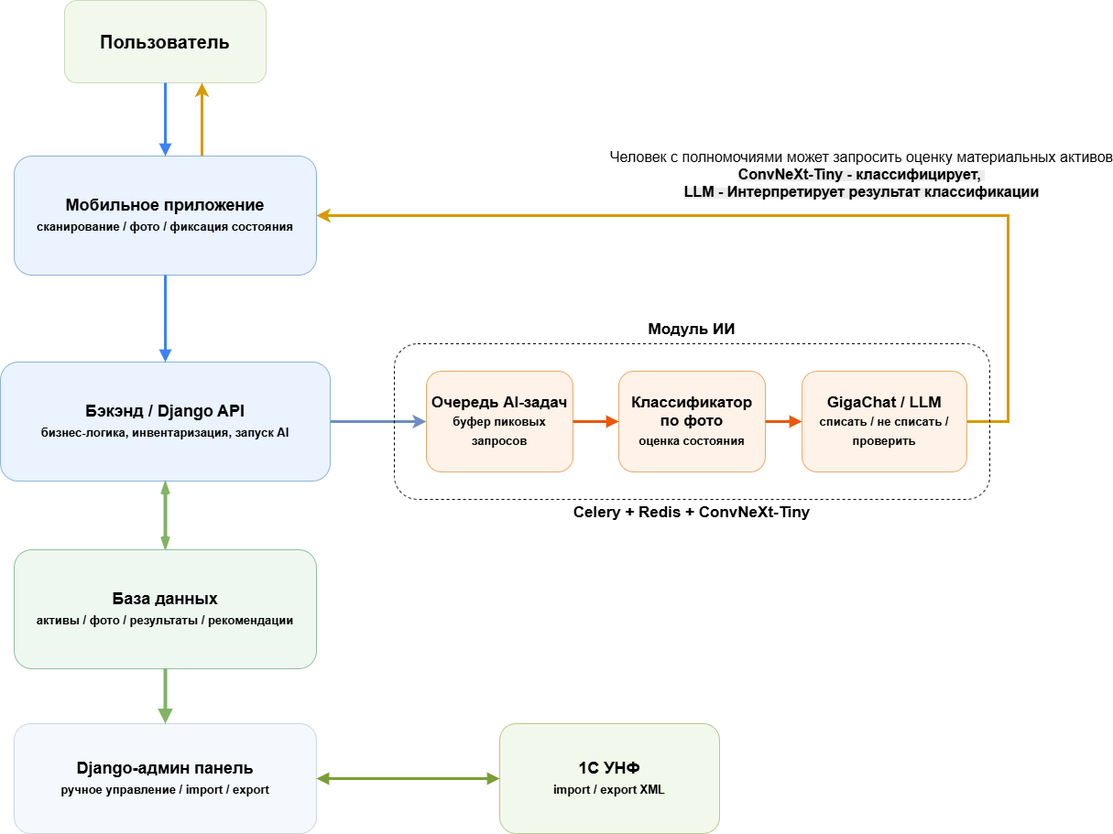
Above: docs/Архитектура.drawio.png in gimmesec/Smartinv (draw.io), before the change. Source tidied: cells renumbered, new cells last; positions are measured from the earlier drawing's top-left corner, leaving out a move shared by most shapes.
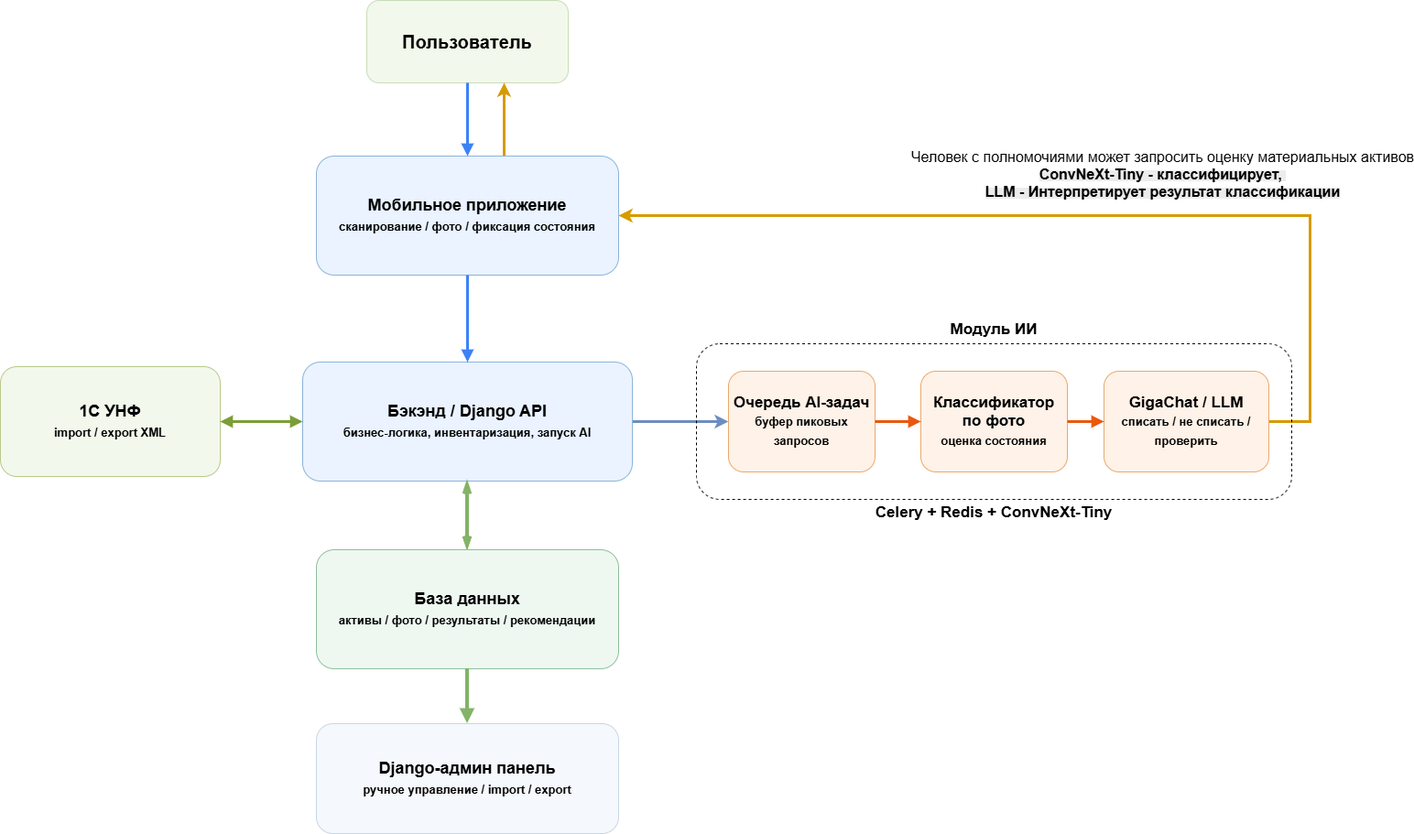
After the commit.

Diff of the diagram source:
```diff
@@ -49,7 +49,7 @@
       <mxGeometry x="875" y="405" width="180" height="110" as="geometry" />
     </mxCell>
     <mxCell id="14" value="1С УНФ&lt;br&gt;&lt;font style=&quot;font-size:13px;&quot;&gt;import / export XML&lt;/font&gt;" style="rounded=1;whiteSpace=wrap;html=1;fillColor=#f3f8ec;strokeColor=#b8c98b;fontStyle=1;fontSize=18;align=center;verticalAlign=middle;" parent="1" vertex="1">
-      <mxGeometry x="545" y="790" width="240" height="120" as="geometry" />
+      <mxGeometry x="-330" y="400" width="240" height="120" as="geometry" />
     </mxCell>
     <mxCell id="15" style="endArrow=block;endFill=1;strokeWidth=3;strokeColor=#3b82f6;" parent="1" edge="1" source="2" target="4">
       <mxGeometry relative="1" as="geometry" />
@@ -66,7 +66,7 @@
     <mxCell id="19" style="endArrow=block;endFill=1;strokeWidth=3;strokeColor=#ea580c;" parent="1" edge="1" source="11" target="13">
       <mxGeometry relative="1" as="geometry" />
     </mxCell>
-    <mxCell id="20" style="endArrow=block;endFill=1;strokeWidth=3;strokeColor=#7c9d36;startArrow=block;startFill=1;" parent="1" edge="1" source="9" target="14">
+    <mxCell id="20" style="endArrow=block;endFill=1;strokeWidth=3;strokeColor=#7c9d36;startArrow=block;startFill=1;" parent="1" edge="1" source="6" target="14">
       <mxGeometry relative="1" as="geometry" />
     </mxCell>
     <mxCell id="21" style="rounded=1;whiteSpace=wrap;html=1;fillColor=none;dashed=1;" parent="1" vertex="1">
```
